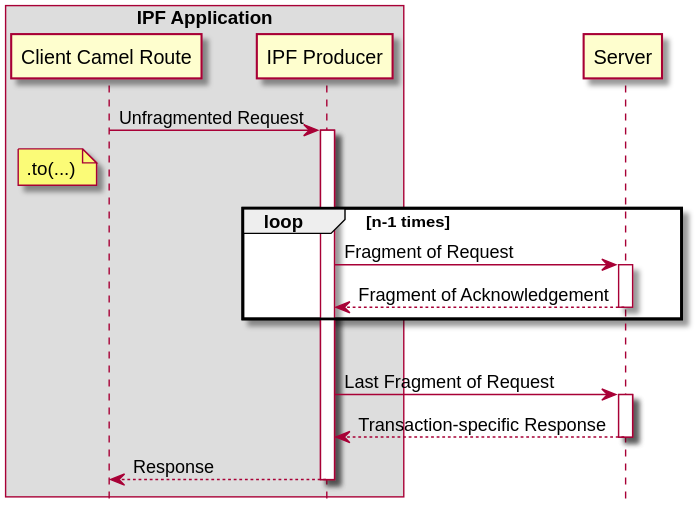
The PlantUML diagram assets/images/conti-producer-uf.svg in oehf/ipf-docs, before a commit.
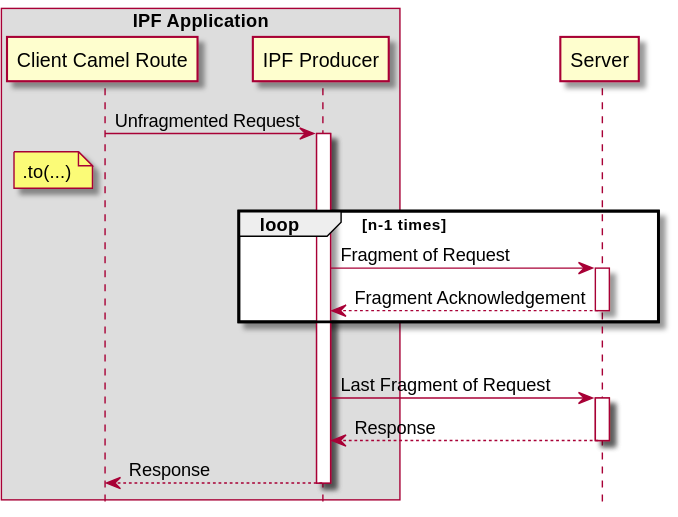
The same diagram one commit later.

What changed in the source:
```diff
@@ -14,14 +14,14 @@
 loop n-1 times
     PRO -> Server : Fragment of Request
     activate Server
-    Server --> PRO : Fragment of Acknowledgement
+    Server --> PRO : Fragment Acknowledgement
     deactivate Server
 end
 |||
 
 PRO -> Server : Last Fragment of Request
 activate Server
-Server --> PRO: Transaction-specific Response
+Server --> PRO: Response
 deactivate Server
 
 PRO --> Client : Response
```
